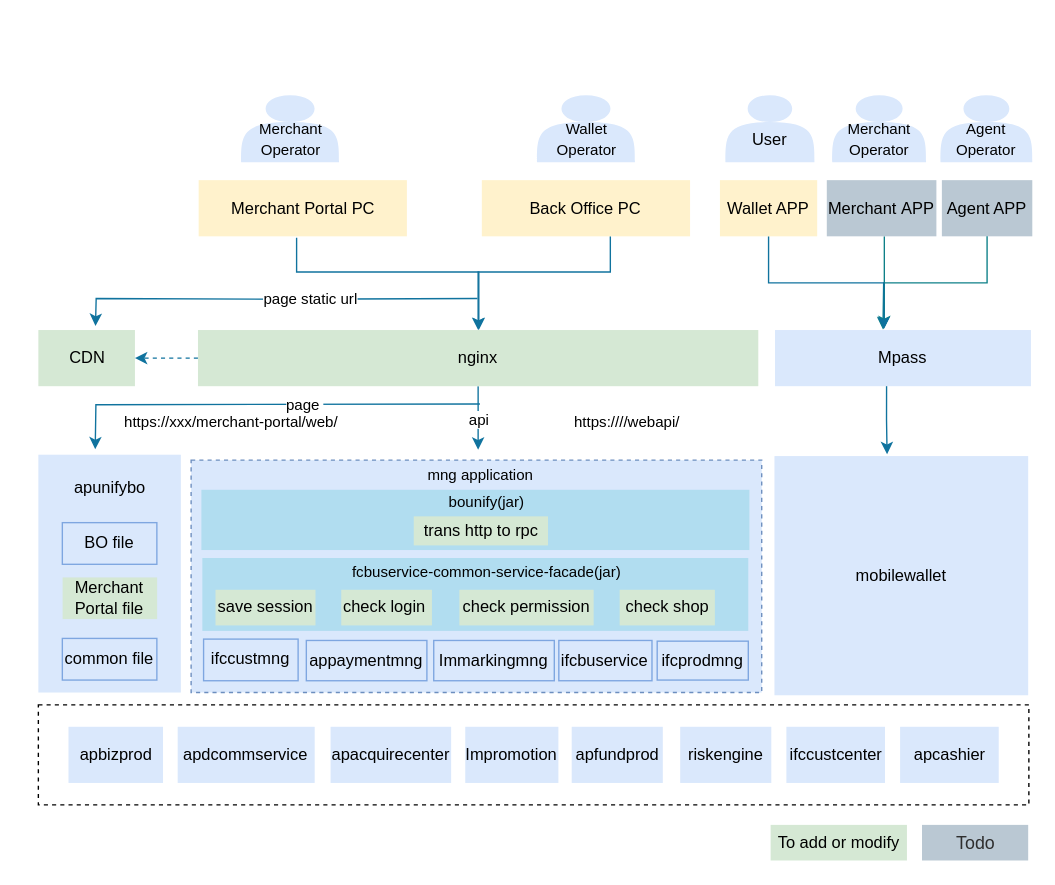
Earlier version of the draw.io diagram Merchant portal.drawio (renqiuming/drawio). Source tidied: cells renumbered, new cells numbered last; positions are measured from the earlier drawing's top-left corner, leaving out a move shared by most shapes. Both pictures are drawn from the tidied source at 137%, with x=0, y=0 at pixel (36, 95).
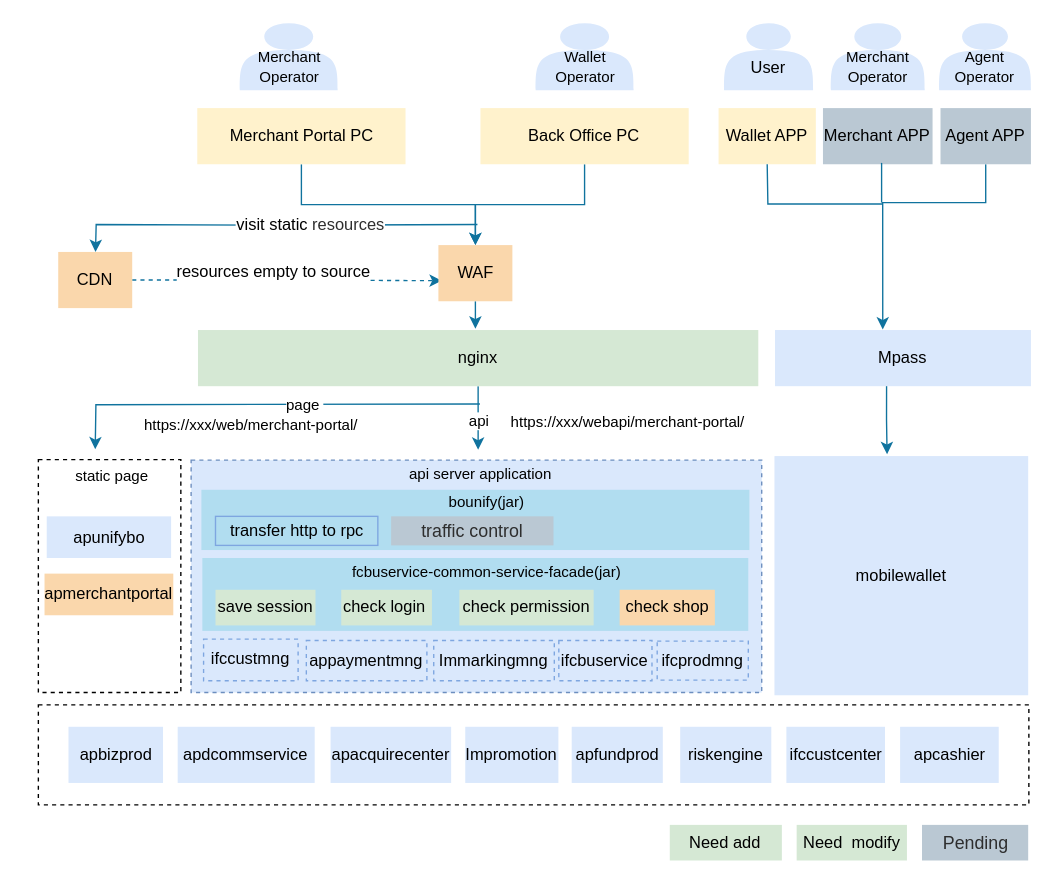
After the change.

Unchanged cells that the change refers to:
```xml
<mxCell id="8" value="Mpass" style="rounded=0;whiteSpace=wrap;html=1;fillColor=#dae8fc;strokeColor=none;" parent="1" vertex="1">
  <mxGeometry x="539.2" y="171.4" width="186.8" height="41" as="geometry" />
</mxCell>
<mxCell id="12" value="nginx" style="rounded=0;whiteSpace=wrap;html=1;fillColor=#d5e8d4;strokeColor=none;" parent="1" vertex="1">
  <mxGeometry x="118" y="171.4" width="409" height="41" as="geometry" />
</mxCell>
```

Change to the diagram source:
```diff
@@
+    <mxCell id="63" style="edgeStyle=orthogonalEdgeStyle;rounded=0;jettySize=auto;html=1;entryX=0.421;entryY=-0.009;entryDx=0;entryDy=0;entryPerimeter=0;strokeColor=#10739e;fontSize=12;fillColor=#b1ddf0;" parent="1" edge="1" source="27" target="8">
+      <mxGeometry relative="1" as="geometry">
+        <Array as="points">
+          <mxPoint x="693" y="78.4" />
+          <mxPoint x="618" y="78.4" />
+        </Array>
+      </mxGeometry>
+    </mxCell>
@@
-    <mxCell id="3" style="edgeStyle=orthogonalEdgeStyle;rounded=0;jettySize=auto;html=1;fillColor=#b1ddf0;strokeColor=#10739e;" parent="1" edge="1" target="12">
-      <mxGeometry relative="1" as="geometry">
-        <mxPoint x="190" y="104" as="sourcePoint" />
-        <Array as="points">
-          <mxPoint x="190" y="129" />
-          <mxPoint x="323" y="129" />
-        </Array>
-      </mxGeometry>
-    </mxCell>
-    <mxCell id="4" style="edgeStyle=orthogonalEdgeStyle;rounded=0;jettySize=auto;html=1;fillColor=#b0e3e6;strokeColor=#0e8088;" parent="1" edge="1" source="5">
-      <mxGeometry relative="1" as="geometry">
-        <mxPoint x="619" y="170" as="targetPoint" />
-        <Array as="points">
-          <mxPoint x="619" y="116" />
-          <mxPoint x="619" y="116" />
-        </Array>
-      </mxGeometry>
-    </mxCell>
     <mxCell id="5" value="Merchant&amp;nbsp;APP" style="rounded=0;whiteSpace=wrap;html=1;fillColor=#bac8d3;strokeColor=none;" parent="1" vertex="1">
-      <mxGeometry x="577" y="62" width="80" height="41" as="geometry" />
+      <mxGeometry x="574.2" y="9.4" width="80" height="41" as="geometry" />
     </mxCell>
@@
-    <mxCell id="9" style="edgeStyle=orthogonalEdgeStyle;rounded=0;jettySize=auto;html=1;fontSize=11;strokeColor=#10739e;dashed=1;fillColor=#b1ddf0;" parent="1" edge="1" source="12" target="19">
-      <mxGeometry relative="1" as="geometry" />
-    </mxCell>
     <mxCell id="10" style="edgeStyle=orthogonalEdgeStyle;rounded=0;jettySize=auto;html=1;strokeColor=#10739e;fontSize=11;fillColor=#b1ddf0;" parent="1" edge="1" source="12">
       <mxGeometry relative="1" as="geometry">
-        <mxPoint x="322.5" y="258.7" as="targetPoint" />
+        <mxPoint x="322.5" y="258.8" as="targetPoint" />
       </mxGeometry>
     </mxCell>
@@
-    <mxCell id="13" value="ifccustmng" style="rounded=0;whiteSpace=wrap;html=1;fillColor=none;strokeColor=#7EA6E0;" parent="1" vertex="1">
+    <mxCell id="13" value="ifccustmng" style="rounded=0;whiteSpace=wrap;html=1;fillColor=none;strokeColor=#7EA6E0;dashed=1;" parent="1" vertex="1">
       <mxGeometry x="122.1" y="397" width="69" height="30.4" as="geometry" />
     </mxCell>
-    <mxCell id="14" value="appaymentmng" style="rounded=0;whiteSpace=wrap;html=1;fillColor=none;strokeColor=#7EA6E0;" parent="1" vertex="1">
+    <mxCell id="14" value="appaymentmng" style="rounded=0;whiteSpace=wrap;html=1;fillColor=none;strokeColor=#7EA6E0;dashed=1;" parent="1" vertex="1">
       <mxGeometry x="197.1" y="398" width="88" height="29.4" as="geometry" />
     </mxCell>
-    <mxCell id="15" value="Immarkingmng" style="rounded=0;whiteSpace=wrap;html=1;fillColor=none;strokeColor=#7EA6E0;" parent="1" vertex="1">
+    <mxCell id="15" value="Immarkingmng" style="rounded=0;whiteSpace=wrap;html=1;fillColor=none;strokeColor=#7EA6E0;dashed=1;" parent="1" vertex="1">
       <mxGeometry x="290.1" y="398" width="88" height="29.4" as="geometry" />
     </mxCell>
-    <mxCell id="16" value="ifcbuservice" style="rounded=0;whiteSpace=wrap;html=1;fillColor=none;strokeColor=#7EA6E0;" parent="1" vertex="1">
+    <mxCell id="16" value="ifcbuservice" style="rounded=0;whiteSpace=wrap;html=1;fillColor=none;strokeColor=#7EA6E0;dashed=1;" parent="1" vertex="1">
       <mxGeometry x="381.4" y="398" width="68" height="29.4" as="geometry" />
     </mxCell>
     <mxCell id="17" style="edgeStyle=orthogonalEdgeStyle;rounded=0;orthogonalLoop=1;jettySize=auto;html=1;fillColor=#b1ddf0;strokeColor=#10739e;" parent="1" edge="1">
       <mxGeometry relative="1" as="geometry">
-        <mxPoint x="322" y="148.4" as="sourcePoint" />
-        <mxPoint x="43.2" y="168.4" as="targetPoint" />
+        <mxPoint x="322" y="94.4" as="sourcePoint" />
+        <mxPoint x="43.2" y="114.4" as="targetPoint" />
       </mxGeometry>
     </mxCell>
-    <mxCell id="18" value="page static url" style="edgeLabel;html=1;align=center;verticalAlign=middle;" parent="17" vertex="1">
+    <mxCell id="18" value="&lt;font style=&quot;font-size: 12px;&quot;&gt;visit static&amp;nbsp;&lt;span style=&quot;caret-color: rgb(46, 46, 46); color: rgb(46, 46, 46); font-family: Hei; text-align: start; text-size-adjust: auto;&quot;&gt;resources&lt;/span&gt;&lt;/font&gt;" style="edgeLabel;html=1;align=center;verticalAlign=middle;" parent="17" vertex="1">
       <mxGeometry x="-0.18" relative="1" as="geometry" />
     </mxCell>
+    <mxCell id="64" style="edgeStyle=orthogonalEdgeStyle;rounded=0;jettySize=auto;html=1;strokeColor=#10739e;fontSize=11;fillColor=#b1ddf0;entryX=0.046;entryY=0.634;entryDx=0;entryDy=0;entryPerimeter=0;dashed=1;" parent="1" edge="1" source="19" target="70">
+      <mxGeometry relative="1" as="geometry" />
+    </mxCell>
+    <mxCell id="65" value="resources empty to source" style="edgeLabel;html=1;align=center;verticalAlign=middle;fontSize=12;" parent="64" vertex="1">
+      <mxGeometry x="-0.22" y="3" relative="1" as="geometry">
+        <mxPoint x="14" y="-3" as="offset" />
+      </mxGeometry>
+    </mxCell>
-    <mxCell id="19" value="CDN" style="rounded=0;whiteSpace=wrap;html=1;fillColor=#d5e8d4;strokeColor=none;" parent="1" vertex="1">
-      <mxGeometry x="1.5" y="171.4" width="70.5" height="41" as="geometry" />
+    <mxCell id="19" value="CDN" style="rounded=0;whiteSpace=wrap;html=1;fillColor=#fad7ac;strokeColor=none;" parent="1" vertex="1">
+      <mxGeometry x="16" y="114.4" width="54" height="41" as="geometry" />
     </mxCell>
+    <mxCell id="66" style="edgeStyle=orthogonalEdgeStyle;rounded=0;jettySize=auto;html=1;entryX=0.5;entryY=0;entryDx=0;entryDy=0;strokeColor=#10739e;fontSize=12;exitX=0.5;exitY=1;exitDx=0;exitDy=0;fillColor=#b1ddf0;" parent="1" edge="1" source="20" target="70">
+      <mxGeometry relative="1" as="geometry" />
+    </mxCell>
     <mxCell id="20" value="&lt;div style=&quot;text-align: start;&quot;&gt;&lt;span style=&quot;caret-color: rgb(46, 46, 46);&quot;&gt;Merchant Portal PC&lt;/span&gt;&lt;/div&gt;" style="rounded=0;whiteSpace=wrap;html=1;fillColor=#fff2cc;strokeColor=none;" parent="1" vertex="1">
-      <mxGeometry x="118.5" y="62" width="152" height="41" as="geometry" />
+      <mxGeometry x="117.5" y="9.4" width="152" height="41" as="geometry" />
     </mxCell>
     <mxCell id="21" value="&lt;font style=&quot;font-size: 11px;&quot;&gt;&lt;br style=&quot;font-size: 11px;&quot;&gt;Agent&lt;br&gt;Operator&lt;/font&gt;" style="shape=actor;whiteSpace=wrap;html=1;fillColor=#dae8fc;strokeColor=none;" parent="1" vertex="1">
-      <mxGeometry x="660" width="67" height="49" as="geometry" />
+      <mxGeometry x="659" y="-52.6" width="67" height="49" as="geometry" />
     </mxCell>
-    <mxCell id="22" value="&lt;div style=&quot;text-align: start;&quot;&gt;&lt;br&gt;&lt;/div&gt;" style="rounded=0;whiteSpace=wrap;html=1;fillColor=#dae8fc;strokeColor=none;" parent="1" vertex="1">
-      <mxGeometry x="1.5" y="262.4" width="104" height="173.6" as="geometry" />
+    <mxCell id="22" value="&lt;div style=&quot;text-align: start;&quot;&gt;&lt;br&gt;&lt;/div&gt;" style="rounded=0;whiteSpace=wrap;html=1;fillColor=none;dashed=1;" parent="1" vertex="1">
+      <mxGeometry x="1.5" y="266" width="104" height="170" as="geometry" />
     </mxCell>
@@
-    <mxCell id="24" value="mng application" style="text;html=1;strokeColor=none;fillColor=none;align=center;verticalAlign=middle;whiteSpace=wrap;rounded=0;fontSize=11;" parent="1" vertex="1">
+    <mxCell id="24" value="api server application" style="text;html=1;strokeColor=none;fillColor=none;align=center;verticalAlign=middle;whiteSpace=wrap;rounded=0;fontSize=11;" parent="1" vertex="1">
       <mxGeometry x="259" y="262.4" width="131" height="30" as="geometry" />
     </mxCell>
-    <mxCell id="25" value="ifcprodmng" style="rounded=0;whiteSpace=wrap;html=1;fillColor=none;strokeColor=#7EA6E0;" parent="1" vertex="1">
+    <mxCell id="25" value="ifcprodmng" style="rounded=0;whiteSpace=wrap;html=1;fillColor=none;strokeColor=#7EA6E0;dashed=1;" parent="1" vertex="1">
       <mxGeometry x="453.2" y="398.5" width="66.5" height="28.4" as="geometry" />
     </mxCell>
@@
     <mxCell id="27" value="Agent APP" style="rounded=0;whiteSpace=wrap;html=1;fillColor=#bac8d3;strokeColor=none;" parent="1" vertex="1">
-      <mxGeometry x="661" y="62" width="66" height="41" as="geometry" />
+      <mxGeometry x="660" y="9.4" width="66" height="41" as="geometry" />
     </mxCell>
-    <mxCell id="28" style="edgeStyle=orthogonalEdgeStyle;rounded=0;jettySize=auto;html=1;fillColor=#b0e3e6;strokeColor=#0e8088;exitX=0.5;exitY=1;exitDx=0;exitDy=0;" parent="1" edge="1" source="27">
-      <mxGeometry relative="1" as="geometry">
-        <mxPoint x="618" y="171" as="targetPoint" />
-      </mxGeometry>
-    </mxCell>
     <mxCell id="29" value="&lt;font style=&quot;font-size: 11px;&quot;&gt;&lt;br style=&quot;font-size: 11px;&quot;&gt;Merchant &lt;br&gt;Operator&lt;/font&gt;" style="shape=actor;whiteSpace=wrap;html=1;fillColor=#dae8fc;strokeColor=none;" parent="1" vertex="1">
-      <mxGeometry x="149.5" width="71.5" height="49" as="geometry" />
+      <mxGeometry x="148.5" y="-52.6" width="71.5" height="49" as="geometry" />
     </mxCell>
     <mxCell id="30" value="&lt;font style=&quot;font-size: 11px;&quot;&gt;&lt;br style=&quot;font-size: 11px;&quot;&gt;Merchant&lt;br&gt;Operator&lt;/font&gt;" style="shape=actor;whiteSpace=wrap;html=1;fillColor=#dae8fc;strokeColor=none;" parent="1" vertex="1">
-      <mxGeometry x="581" width="68.5" height="49" as="geometry" />
+      <mxGeometry x="580" y="-52.6" width="68.5" height="49" as="geometry" />
     </mxCell>
     <mxCell id="31" value="&lt;font style=&quot;font-size: 11px;&quot;&gt;&lt;br style=&quot;font-size: 11px;&quot;&gt;Wallet&lt;br&gt;Operator&lt;/font&gt;" style="shape=actor;whiteSpace=wrap;html=1;fillColor=#dae8fc;strokeColor=none;" parent="1" vertex="1">
-      <mxGeometry x="365.5" width="71.5" height="49" as="geometry" />
+      <mxGeometry x="364.5" y="-52.6" width="71.5" height="49" as="geometry" />
     </mxCell>
-    <mxCell id="32" style="edgeStyle=orthogonalEdgeStyle;rounded=0;jettySize=auto;html=1;entryX=0.5;entryY=0;entryDx=0;entryDy=0;fontSize=11;fillColor=#b1ddf0;strokeColor=#10739e;" parent="1" edge="1" source="33" target="12">
-      <mxGeometry relative="1" as="geometry">
-        <Array as="points">
-          <mxPoint x="419" y="129" />
-          <mxPoint x="323" y="129" />
-        </Array>
-      </mxGeometry>
-    </mxCell>
+    <mxCell id="67" style="edgeStyle=orthogonalEdgeStyle;rounded=0;jettySize=auto;html=1;entryX=0.5;entryY=0;entryDx=0;entryDy=0;strokeColor=#10739e;fontSize=12;fillColor=#b1ddf0;" parent="1" edge="1" source="33" target="70">
+      <mxGeometry relative="1" as="geometry" />
+    </mxCell>
     <mxCell id="33" value="&lt;div style=&quot;text-align: start;&quot;&gt;&lt;span style=&quot;caret-color: rgb(46, 46, 46);&quot;&gt;Back Office PC&lt;/span&gt;&lt;/div&gt;" style="rounded=0;whiteSpace=wrap;html=1;fillColor=#fff2cc;strokeColor=none;" parent="1" vertex="1">
-      <mxGeometry x="325.2" y="62" width="152" height="41" as="geometry" />
+      <mxGeometry x="324.2" y="9.4" width="152" height="41" as="geometry" />
     </mxCell>
-    <mxCell id="34" value="To add or modify" style="rounded=0;whiteSpace=wrap;html=1;fillColor=#d5e8d4;strokeColor=none;" parent="1" vertex="1">
-      <mxGeometry x="536" y="532.6" width="99.5" height="26" as="geometry" />
+    <mxCell id="34" value="Need&amp;nbsp; modify" style="rounded=0;whiteSpace=wrap;html=1;fillColor=#d5e8d4;strokeColor=none;" parent="1" vertex="1">
+      <mxGeometry x="555" y="532.6" width="80.5" height="26" as="geometry" />
     </mxCell>
-    <mxCell id="35" value="&lt;div style=&quot;text-align: start;&quot;&gt;&lt;span style=&quot;background-color: initial; font-size: 13px; caret-color: rgb(46, 46, 46);&quot;&gt;&lt;font face=&quot;Hei&quot; color=&quot;#2e2e2e&quot;&gt;Todo&lt;/font&gt;&lt;/span&gt;&lt;/div&gt;" style="rounded=0;whiteSpace=wrap;html=1;fillColor=#bac8d3;strokeColor=none;" parent="1" vertex="1">
+    <mxCell id="35" value="&lt;div style=&quot;text-align: start;&quot;&gt;&lt;span style=&quot;background-color: initial; font-size: 13px; caret-color: rgb(46, 46, 46);&quot;&gt;&lt;font face=&quot;Hei&quot; color=&quot;#2e2e2e&quot;&gt;Pending&lt;/font&gt;&lt;/span&gt;&lt;/div&gt;" style="rounded=0;whiteSpace=wrap;html=1;fillColor=#bac8d3;strokeColor=none;" parent="1" vertex="1">
       <mxGeometry x="646.5" y="532.6" width="77.5" height="26" as="geometry" />
     </mxCell>
@@
     <mxCell id="44" value="&lt;br&gt;User" style="shape=actor;whiteSpace=wrap;html=1;fillColor=#dae8fc;strokeColor=none;" parent="1" vertex="1">
-      <mxGeometry x="503" width="65" height="49" as="geometry" />
+      <mxGeometry x="502" y="-52.6" width="65" height="49" as="geometry" />
     </mxCell>
-    <mxCell id="45" value="&lt;font style=&quot;font-size: 11px;&quot;&gt;https://xxx/merchant-portal/web/&lt;/font&gt;" style="text;html=1;strokeColor=none;fillColor=none;align=center;verticalAlign=middle;whiteSpace=wrap;rounded=0;fontSize=11;" parent="1" vertex="1">
-      <mxGeometry x="5" y="224" width="275" height="30" as="geometry" />
+    <mxCell id="45" value="&lt;font style=&quot;font-size: 11px;&quot;&gt;https://xxx/web/&lt;/font&gt;merchant-portal/" style="text;html=1;strokeColor=none;fillColor=none;align=center;verticalAlign=middle;whiteSpace=wrap;rounded=0;fontSize=11;" parent="1" vertex="1">
+      <mxGeometry x="68.6" y="226.4" width="176" height="30" as="geometry" />
     </mxCell>
@@
-    <mxCell id="47" style="edgeStyle=orthogonalEdgeStyle;rounded=0;jettySize=auto;html=1;strokeColor=#10739e;fontSize=11;fillColor=#b1ddf0;entryX=0.425;entryY=-0.014;entryDx=0;entryDy=0;entryPerimeter=0;" parent="1" edge="1" source="48" target="8">
-      <mxGeometry relative="1" as="geometry">
-        <Array as="points">
-          <mxPoint x="535" y="137" />
-          <mxPoint x="619" y="137" />
-        </Array>
-      </mxGeometry>
-    </mxCell>
     <mxCell id="48" value="Wallet APP" style="rounded=0;whiteSpace=wrap;html=1;fillColor=#fff2cc;strokeColor=none;" parent="1" vertex="1">
-      <mxGeometry x="499" y="62" width="71" height="41" as="geometry" />
+      <mxGeometry x="498" y="9.4" width="71" height="41" as="geometry" />
     </mxCell>
@@
-    <mxCell id="56" value="check shop" style="rounded=0;whiteSpace=wrap;html=1;fillColor=#d5e8d4;strokeColor=none;" parent="1" vertex="1">
+    <mxCell id="56" value="check shop" style="rounded=0;whiteSpace=wrap;html=1;fillColor=#fad7ac;strokeColor=none;" parent="1" vertex="1">
       <mxGeometry x="425.8" y="361" width="69.5" height="26" as="geometry" />
     </mxCell>
-    <mxCell id="57" value="https:////webapi/" style="text;html=1;strokeColor=none;fillColor=none;align=center;verticalAlign=middle;whiteSpace=wrap;rounded=0;fontSize=11;" parent="1" vertex="1">
-      <mxGeometry x="324.2" y="224" width="215" height="30" as="geometry" />
-    </mxCell>
-    <mxCell id="58" value="&lt;span style=&quot;font-size: 12px; text-align: start; caret-color: rgb(46, 46, 46);&quot;&gt;apunifybo&lt;/span&gt;" style="text;html=1;strokeColor=none;fillColor=none;align=center;verticalAlign=middle;whiteSpace=wrap;rounded=0;fontSize=11;" parent="1" vertex="1">
-      <mxGeometry y="272.4" width="107.5" height="30" as="geometry" />
-    </mxCell>
-    <mxCell id="59" value="BO file" style="rounded=0;whiteSpace=wrap;html=1;fillColor=none;strokeColor=#7EA6E0;" parent="1" vertex="1">
-      <mxGeometry x="19" y="312" width="69" height="30.4" as="geometry" />
+    <mxCell id="59" value="&lt;span style=&quot;text-align: start; caret-color: rgb(46, 46, 46);&quot;&gt;apunifybo&lt;/span&gt;" style="rounded=0;whiteSpace=wrap;html=1;fillColor=#dae8fc;strokeColor=none;" parent="1" vertex="1">
+      <mxGeometry x="7.6" y="307.4" width="90.8" height="30.4" as="geometry" />
     </mxCell>
-    <mxCell id="60" value="Merchant Portal file" style="rounded=0;whiteSpace=wrap;html=1;fillColor=#d5e8d4;strokeColor=none;" parent="1" vertex="1">
-      <mxGeometry x="19.2" y="352" width="69" height="30.4" as="geometry" />
+    <mxCell id="60" value="apmerchantportal" style="rounded=0;whiteSpace=wrap;html=1;fillColor=#fad7ac;strokeColor=none;" parent="1" vertex="1">
+      <mxGeometry x="6" y="349.2" width="94" height="30.4" as="geometry" />
     </mxCell>
-    <mxCell id="61" value="common file" style="rounded=0;whiteSpace=wrap;html=1;fillColor=none;strokeColor=#7EA6E0;" parent="1" vertex="1">
-      <mxGeometry x="19" y="396.5" width="69" height="30.4" as="geometry" />
-    </mxCell>
-    <mxCell id="62" value="trans http to rpc" style="rounded=0;whiteSpace=wrap;html=1;fillColor=#d5e8d4;strokeColor=none;" parent="1" vertex="1">
-      <mxGeometry x="275.5" y="307.4" width="98" height="21.2" as="geometry" />
+    <mxCell id="62" value="transfer http to rpc" style="rounded=0;whiteSpace=wrap;html=1;fillColor=none;strokeColor=#7EA6E0;" parent="1" vertex="1">
+      <mxGeometry x="130.8" y="307.4" width="118.5" height="21.2" as="geometry" />
     </mxCell>
+    <mxCell id="68" value="&lt;span style=&quot;caret-color: rgb(46, 46, 46); color: rgb(46, 46, 46); font-family: Hei; font-size: 13px; text-align: start; text-size-adjust: auto;&quot;&gt;traffic control&lt;/span&gt;" style="rounded=0;whiteSpace=wrap;html=1;fillColor=#bac8d3;strokeColor=none;" parent="1" vertex="1">
+      <mxGeometry x="259" y="307.4" width="118.5" height="21.2" as="geometry" />
+    </mxCell>
+    <mxCell id="69" style="edgeStyle=orthogonalEdgeStyle;rounded=0;jettySize=auto;html=1;strokeColor=#10739e;fontSize=12;fillColor=#b1ddf0;" parent="1" edge="1" source="70">
+      <mxGeometry relative="1" as="geometry">
+        <mxPoint x="320.5" y="169.5" as="targetPoint" />
+      </mxGeometry>
+    </mxCell>
+    <mxCell id="70" value="WAF" style="rounded=0;whiteSpace=wrap;html=1;fillColor=#fad7ac;strokeColor=none;" parent="1" vertex="1">
+      <mxGeometry x="293.5" y="109.4" width="54" height="41" as="geometry" />
+    </mxCell>
+    <mxCell id="71" value="&lt;font style=&quot;font-size: 11px;&quot;&gt;https://xxx/webapi/&lt;/font&gt;merchant-portal/" style="text;html=1;strokeColor=none;fillColor=none;align=center;verticalAlign=middle;whiteSpace=wrap;rounded=0;fontSize=11;" parent="1" vertex="1">
+      <mxGeometry x="336" y="224.4" width="192" height="30" as="geometry" />
+    </mxCell>
+    <mxCell id="72" value="static page" style="text;html=1;strokeColor=none;fillColor=none;align=center;verticalAlign=middle;whiteSpace=wrap;rounded=0;fontSize=11;" parent="1" vertex="1">
+      <mxGeometry x="-9.8" y="263.4" width="131" height="30" as="geometry" />
+    </mxCell>
+    <mxCell id="73" value="Need add" style="rounded=0;whiteSpace=wrap;html=1;fillColor=#d5e8d4;strokeColor=none;" parent="1" vertex="1">
+      <mxGeometry x="462.4" y="532.6" width="81.8" height="26" as="geometry" />
+    </mxCell>
+    <mxCell id="74" style="endArrow=none;html=1;rounded=0;strokeColor=#10739e;fontSize=12;fillColor=#b1ddf0;" parent="1" edge="1">
+      <mxGeometry relative="1" as="geometry">
+        <mxPoint x="617" y="78.4" as="sourcePoint" />
+        <mxPoint x="617" y="49.4" as="targetPoint" />
+      </mxGeometry>
+    </mxCell>
+    <mxCell id="75" style="endArrow=none;html=1;rounded=0;strokeColor=#10739e;fontSize=12;entryX=0.5;entryY=1;entryDx=0;entryDy=0;fillColor=#b1ddf0;" parent="1" edge="1" target="48">
+      <mxGeometry relative="1" as="geometry">
+        <mxPoint x="618" y="79.4" as="sourcePoint" />
+        <Array as="points">
+          <mxPoint x="534" y="79.4" />
+        </Array>
+      </mxGeometry>
+    </mxCell>
```
